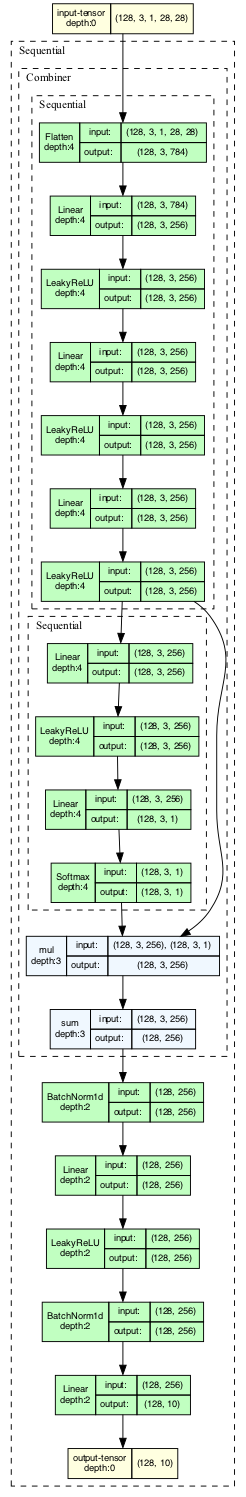
Earlier version of the Graphviz export images/model.gv.png (chris-santiago/dlwpt). Its source is kept beside it as images/model.gv.
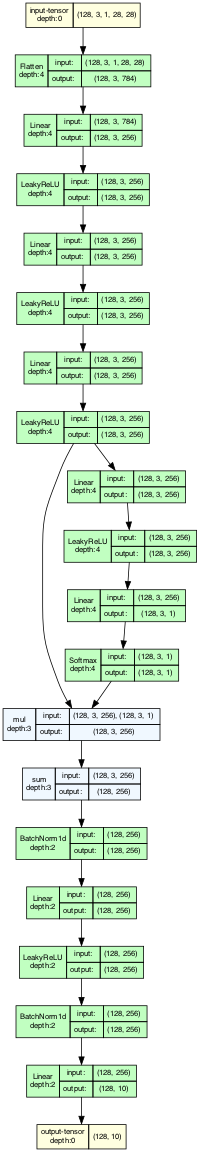
After the change.

Diff of the diagram source:
```diff
@@ -1,5 +1,5 @@
 strict digraph model {
-	graph [ordering=in rankdir=TB size="15.6,15.6"]
+	graph [ordering=in rankdir=TB size="12.0,12.0"]
 	node [align=left fontname="Linux libertine" fontsize=10 height=0.2 margin=0 ranksep=0.1 shape=plaintext style=filled]
 	edge [fontsize=10]
 	0 [label=<
@@ -7,13 +7,7 @@
                     CELLSPACING="0" CELLPADDING="4">
                         <TR><TD>input-tensor<BR/>depth:0</TD><TD>(128, 3, 1, 28, 28)</TD></TR>
                     </TABLE>> fillcolor=lightyellow]
-	subgraph cluster_2 {
-		fontsize=12 label=Sequential labeljust=l style=dashed
-		subgraph cluster_3 {
-			fontsize=12 label=Combiner labeljust=l style=dashed
-			subgraph cluster_4 {
-				fontsize=12 label=Sequential labeljust=l style=dashed
-				1 [label=<
+	1 [label=<
                     <TABLE BORDER="0" CELLBORDER="1"
                     CELLSPACING="0" CELLPADDING="4">
                     <TR>
@@ -26,7 +20,7 @@
                         <TD COLSPAN="2">(128, 3, 784) </TD>
                     </TR>
                     </TABLE>> fillcolor=darkseagreen1]
-				2 [label=<
+	2 [label=<
                     <TABLE BORDER="0" CELLBORDER="1"
                     CELLSPACING="0" CELLPADDING="4">
                     <TR>
@@ -39,7 +33,7 @@
                         <TD COLSPAN="2">(128, 3, 256) </TD>
                     </TR>
                     </TABLE>> fillcolor=darkseagreen1]
-				3 [label=<
+	3 [label=<
                     <TABLE BORDER="0" CELLBORDER="1"
                     CELLSPACING="0" CELLPADDING="4">
                     <TR>
@@ -52,7 +46,7 @@
                         <TD COLSPAN="2">(128, 3, 256) </TD>
                     </TR>
                     </TABLE>> fillcolor=darkseagreen1]
-				4 [label=<
+	4 [label=<
                     <TABLE BORDER="0" CELLBORDER="1"
                     CELLSPACING="0" CELLPADDING="4">
                     <TR>
@@ -65,7 +59,7 @@
                         <TD COLSPAN="2">(128, 3, 256) </TD>
                     </TR>
                     </TABLE>> fillcolor=darkseagreen1]
-				5 [label=<
+	5 [label=<
                     <TABLE BORDER="0" CELLBORDER="1"
                     CELLSPACING="0" CELLPADDING="4">
                     <TR>
@@ -78,7 +72,7 @@
                         <TD COLSPAN="2">(128, 3, 256) </TD>
                     </TR>
                     </TABLE>> fillcolor=darkseagreen1]
-				6 [label=<
+	6 [label=<
                     <TABLE BORDER="0" CELLBORDER="1"
                     CELLSPACING="0" CELLPADDING="4">
                     <TR>
@@ -91,7 +85,7 @@
                         <TD COLSPAN="2">(128, 3, 256) </TD>
                     </TR>
                     </TABLE>> fillcolor=darkseagreen1]
-				7 [label=<
+	7 [label=<
                     <TABLE BORDER="0" CELLBORDER="1"
                     CELLSPACING="0" CELLPADDING="4">
                     <TR>
@@ -104,10 +98,7 @@
                         <TD COLSPAN="2">(128, 3, 256) </TD>
                     </TR>
                     </TABLE>> fillcolor=darkseagreen1]
-			}
-			subgraph cluster_5 {
-				fontsize=12 label=Sequential labeljust=l style=dashed
-				8 [label=<
+	8 [label=<
                     <TABLE BORDER="0" CELLBORDER="1"
                     CELLSPACING="0" CELLPADDING="4">
                     <TR>
@@ -120,7 +111,7 @@
                         <TD COLSPAN="2">(128, 3, 256) </TD>
                     </TR>
                     </TABLE>> fillcolor=darkseagreen1]
-				9 [label=<
+	9 [label=<
                     <TABLE BORDER="0" CELLBORDER="1"
                     CELLSPACING="0" CELLPADDING="4">
                     <TR>
@@ -133,7 +124,7 @@
                         <TD COLSPAN="2">(128, 3, 256) </TD>
                     </TR>
                     </TABLE>> fillcolor=darkseagreen1]
-				10 [label=<
+	10 [label=<
                     <TABLE BORDER="0" CELLBORDER="1"
                     CELLSPACING="0" CELLPADDING="4">
                     <TR>
@@ -146,7 +137,7 @@
                         <TD COLSPAN="2">(128, 3, 1) </TD>
                     </TR>
                     </TABLE>> fillcolor=darkseagreen1]
-				11 [label=<
+	11 [label=<
                     <TABLE BORDER="0" CELLBORDER="1"
                     CELLSPACING="0" CELLPADDING="4">
                     <TR>
@@ -159,8 +150,7 @@
                         <TD COLSPAN="2">(128, 3, 1) </TD>
                     </TR>
                     </TABLE>> fillcolor=darkseagreen1]
-			}
-			12 [label=<
+	12 [label=<
                     <TABLE BORDER="0" CELLBORDER="1"
                     CELLSPACING="0" CELLPADDING="4">
                     <TR>
@@ -173,7 +163,7 @@
                         <TD COLSPAN="2">(128, 3, 256) </TD>
                     </TR>
                     </TABLE>> fillcolor=aliceblue]
-			13 [label=<
+	13 [label=<
                     <TABLE BORDER="0" CELLBORDER="1"
                     CELLSPACING="0" CELLPADDING="4">
                     <TR>
@@ -186,8 +176,7 @@
                         <TD COLSPAN="2">(128, 256) </TD>
                     </TR>
                     </TABLE>> fillcolor=aliceblue]
-		}
-		14 [label=<
+	14 [label=<
                     <TABLE BORDER="0" CELLBORDER="1"
                     CELLSPACING="0" CELLPADDING="4">
                     <TR>
@@ -200,7 +189,7 @@
                         <TD COLSPAN="2">(128, 256) </TD>
                     </TR>
                     </TABLE>> fillcolor=darkseagreen1]
-		15 [label=<
+	15 [label=<
                     <TABLE BORDER="0" CELLBORDER="1"
                     CELLSPACING="0" CELLPADDING="4">
                     <TR>
@@ -213,7 +202,7 @@
                         <TD COLSPAN="2">(128, 256) </TD>
                     </TR>
                     </TABLE>> fillcolor=darkseagreen1]
-		16 [label=<
+	16 [label=<
                     <TABLE BORDER="0" CELLBORDER="1"
                     CELLSPACING="0" CELLPADDING="4">
                     <TR>
@@ -226,7 +215,7 @@
                         <TD COLSPAN="2">(128, 256) </TD>
                     </TR>
                     </TABLE>> fillcolor=darkseagreen1]
-		17 [label=<
+	17 [label=<
                     <TABLE BORDER="0" CELLBORDER="1"
                     CELLSPACING="0" CELLPADDING="4">
                     <TR>
@@ -239,7 +228,7 @@
                         <TD COLSPAN="2">(128, 256) </TD>
                     </TR>
                     </TABLE>> fillcolor=darkseagreen1]
-		18 [label=<
+	18 [label=<
                     <TABLE BORDER="0" CELLBORDER="1"
                     CELLSPACING="0" CELLPADDING="4">
                     <TR>
@@ -252,12 +241,11 @@
                         <TD COLSPAN="2">(128, 10) </TD>
                     </TR>
                     </TABLE>> fillcolor=darkseagreen1]
-		19 [label=<
+	19 [label=<
                     <TABLE BORDER="0" CELLBORDER="1"
                     CELLSPACING="0" CELLPADDING="4">
                         <TR><TD>output-tensor<BR/>depth:0</TD><TD>(128, 10)</TD></TR>
                     </TABLE>> fillcolor=lightyellow]
-	}
 	0 -> 1
 	1 -> 2
 	2 -> 3
```
